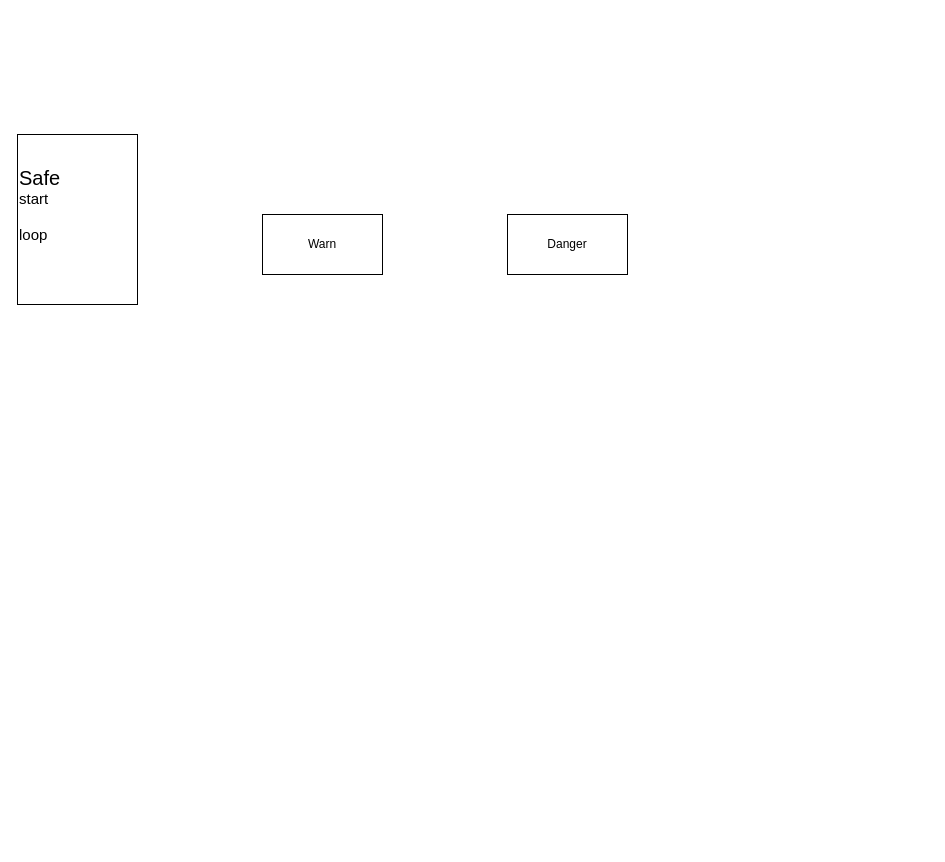
The draw.io diagram Gas-Detector-State.drawio in exceed19-02/Gas-detector-hardware, before the edit. Source tidied: cells renumbered, new cells numbered last; positions are measured from the earlier drawing's top-left corner, leaving out a move shared by most shapes. Both pictures are drawn from the tidied source at 100%, with x=0, y=0 at pixel (17, 134).
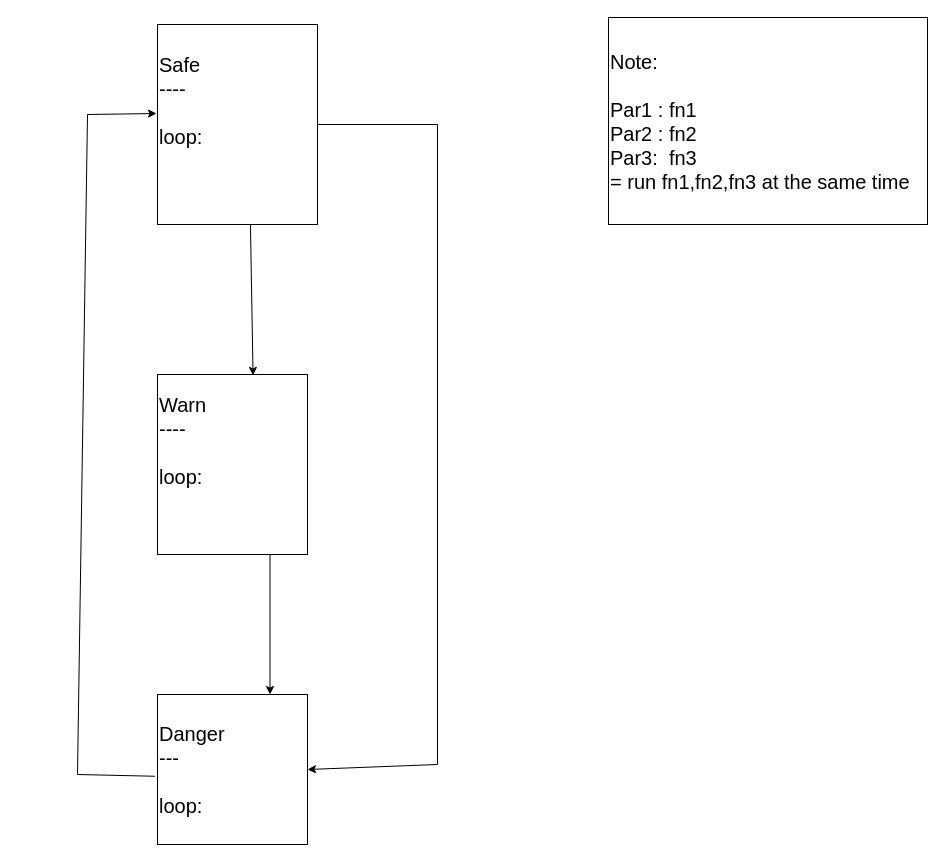
The same page after the edit.

Change to the diagram source:
```diff
@@
 <mxGraphModel>
   <root>
     <mxCell id="0" />
     <mxCell id="1" parent="0" />
-    <mxCell id="2" value="&lt;div style=&quot;&quot;&gt;&lt;span style=&quot;background-color: initial;&quot;&gt;&lt;font style=&quot;font-size: 20px;&quot;&gt;Safe&lt;/font&gt;&lt;/span&gt;&lt;/div&gt;&lt;div style=&quot;&quot;&gt;&lt;font style=&quot;font-size: 15px;&quot;&gt;start&lt;/font&gt;&lt;/div&gt;&lt;div style=&quot;&quot;&gt;&lt;font style=&quot;font-size: 15px;&quot;&gt;&lt;br&gt;&lt;/font&gt;&lt;/div&gt;&lt;div style=&quot;&quot;&gt;&lt;font style=&quot;font-size: 15px;&quot;&gt;loop&lt;/font&gt;&lt;/div&gt;&lt;div style=&quot;&quot;&gt;&lt;br&gt;&lt;/div&gt;&lt;div style=&quot;&quot;&gt;&lt;br&gt;&lt;/div&gt;" style="rounded=0;whiteSpace=wrap;html=1;align=left;" parent="1" vertex="1">
-      <mxGeometry width="120" height="170" as="geometry" />
+    <mxCell id="2" value="&lt;div style=&quot;font-size: 20px;&quot;&gt;&lt;span style=&quot;background-color: initial;&quot;&gt;&lt;font style=&quot;font-size: 20px;&quot;&gt;Safe&lt;/font&gt;&lt;/span&gt;&lt;/div&gt;&lt;div style=&quot;font-size: 20px;&quot;&gt;&lt;span style=&quot;background-color: initial;&quot;&gt;&lt;font style=&quot;font-size: 20px;&quot;&gt;----&lt;/font&gt;&lt;/span&gt;&lt;/div&gt;&lt;div style=&quot;font-size: 20px;&quot;&gt;&lt;br&gt;&lt;/div&gt;&lt;div style=&quot;font-size: 20px;&quot;&gt;&lt;font style=&quot;font-size: 20px;&quot;&gt;loop:&lt;/font&gt;&lt;/div&gt;&lt;div style=&quot;font-size: 20px;&quot;&gt;&lt;font style=&quot;font-size: 20px;&quot;&gt;&lt;br&gt;&lt;/font&gt;&lt;/div&gt;&lt;div style=&quot;font-size: 20px;&quot;&gt;&lt;br&gt;&lt;/div&gt;" style="rounded=0;whiteSpace=wrap;html=1;align=left;" parent="1" vertex="1">
+      <mxGeometry x="140" y="-110" width="160" height="200" as="geometry" />
     </mxCell>
-    <mxCell id="3" value="Warn" style="rounded=0;whiteSpace=wrap;html=1;" parent="1" vertex="1">
-      <mxGeometry x="245" y="80" width="120" height="60" as="geometry" />
+    <mxCell id="3" value="&lt;div style=&quot;border-color: var(--border-color); font-size: 20px;&quot;&gt;&lt;font style=&quot;font-size: 20px;&quot;&gt;Warn&lt;/font&gt;&lt;/div&gt;&lt;div style=&quot;border-color: var(--border-color); font-size: 20px;&quot;&gt;&lt;span style=&quot;border-color: var(--border-color); background-color: initial;&quot;&gt;&lt;font style=&quot;border-color: var(--border-color); font-size: 20px;&quot;&gt;----&lt;/font&gt;&lt;/span&gt;&lt;/div&gt;&lt;div style=&quot;border-color: var(--border-color); font-size: 20px;&quot;&gt;&lt;br&gt;&lt;/div&gt;&lt;div style=&quot;border-color: var(--border-color); font-size: 20px;&quot;&gt;&lt;font style=&quot;border-color: var(--border-color); font-size: 20px;&quot;&gt;loop:&lt;/font&gt;&lt;/div&gt;&lt;div style=&quot;border-color: var(--border-color); font-size: 20px;&quot;&gt;&lt;font style=&quot;font-size: 20px;&quot;&gt;&lt;br style=&quot;border-color: var(--border-color);&quot;&gt;&lt;/font&gt;&lt;/div&gt;&lt;div style=&quot;border-color: var(--border-color); font-size: 20px;&quot;&gt;&lt;br style=&quot;border-color: var(--border-color);&quot;&gt;&lt;/div&gt;" style="rounded=0;whiteSpace=wrap;html=1;align=left;" parent="1" vertex="1">
+      <mxGeometry x="140" y="240" width="150" height="180" as="geometry" />
     </mxCell>
-    <mxCell id="4" value="Danger" style="rounded=0;whiteSpace=wrap;html=1;" parent="1" vertex="1">
-      <mxGeometry x="490" y="80" width="120" height="60" as="geometry" />
+    <mxCell id="4" value="&lt;font style=&quot;font-size: 20px;&quot;&gt;Danger&lt;br&gt;---&lt;br&gt;&lt;br&gt;loop:&lt;/font&gt;" style="rounded=0;whiteSpace=wrap;html=1;align=left;" parent="1" vertex="1">
+      <mxGeometry x="140" y="560" width="150" height="150" as="geometry" />
     </mxCell>
+    <mxCell id="5" style="endArrow=classic;html=1;rounded=0;fontSize=15;exitX=1;exitY=0.5;exitDx=0;exitDy=0;entryX=1;entryY=0.5;entryDx=0;entryDy=0;" parent="1" edge="1" source="2" target="4">
+      <mxGeometry relative="1" as="geometry">
+        <Array as="points">
+          <mxPoint x="420" y="-10" />
+          <mxPoint x="420" y="630" />
+        </Array>
+      </mxGeometry>
+    </mxCell>
+    <mxCell id="6" style="endArrow=classic;html=1;rounded=0;fontSize=20;exitX=0.581;exitY=1.002;exitDx=0;exitDy=0;exitPerimeter=0;entryX=0.637;entryY=0.005;entryDx=0;entryDy=0;entryPerimeter=0;" parent="1" edge="1" source="2" target="3">
+      <mxGeometry relative="1" as="geometry" />
+    </mxCell>
+    <mxCell id="7" style="endArrow=classic;html=1;rounded=0;fontSize=20;exitX=0.75;exitY=1;exitDx=0;exitDy=0;entryX=0.75;entryY=0;entryDx=0;entryDy=0;" parent="1" edge="1" source="3" target="4">
+      <mxGeometry relative="1" as="geometry" />
+    </mxCell>
+    <mxCell id="8" style="endArrow=classic;html=1;rounded=0;fontSize=20;exitX=-0.018;exitY=0.545;exitDx=0;exitDy=0;exitPerimeter=0;entryX=-0.006;entryY=0.445;entryDx=0;entryDy=0;entryPerimeter=0;" parent="1" edge="1" source="4" target="2">
+      <mxGeometry relative="1" as="geometry">
+        <Array as="points">
+          <mxPoint x="60" y="640" />
+          <mxPoint x="70" y="-20" />
+        </Array>
+      </mxGeometry>
+    </mxCell>
+    <mxCell id="9" value="Note:&lt;br&gt;&lt;br&gt;Par1 : fn1&lt;br&gt;Par2 : fn2&lt;br&gt;Par3:&amp;nbsp; fn3&lt;br&gt;= run fn1,fn2,fn3 at the same time" style="rounded=0;whiteSpace=wrap;html=1;fontSize=20;align=left;" parent="1" vertex="1">
+      <mxGeometry x="591" y="-117" width="319" height="207" as="geometry" />
+    </mxCell>
   </root>
 </mxGraphModel>
```
